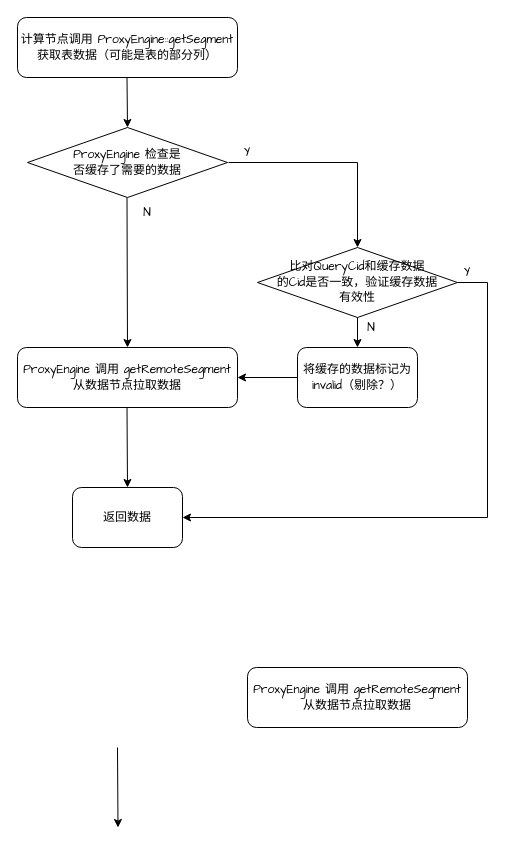
This is disaggregate.drawio from yeqiyi/drawIO, a draw.io file, before an edit. Source tidied: cells renumbered, new cells numbered last; positions are measured from the earlier drawing's top-left corner, leaving out a move shared by most shapes. Both pictures are drawn from the tidied source at 100%, with x=0, y=0 at pixel (17, 17).
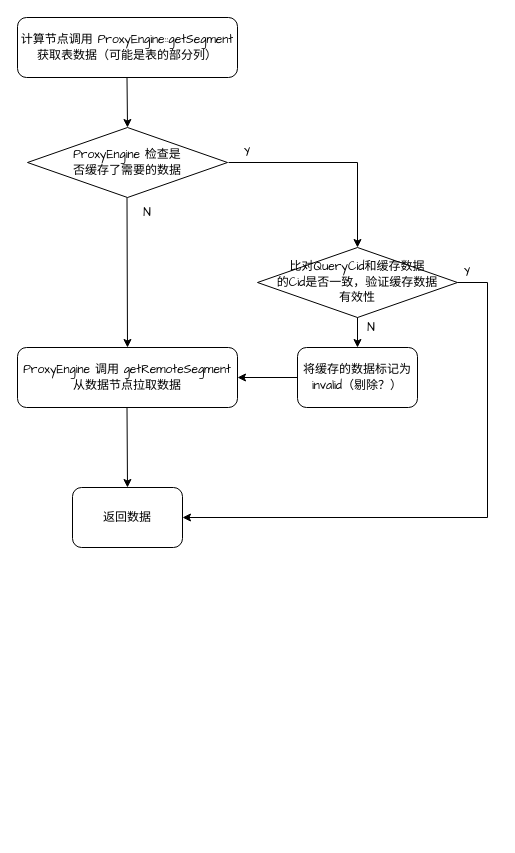
After the change.

Diff of the diagram source:
```diff
@@
-    <mxCell id="10" style="endArrow=classic;html=1;rounded=0;" parent="1" edge="1">
-      <mxGeometry relative="1" as="geometry">
-        <mxPoint x="100" y="730" as="sourcePoint" />
-        <mxPoint x="100.5" y="810" as="targetPoint" />
-      </mxGeometry>
-    </mxCell>
-    <mxCell id="11" value="&lt;font face=&quot;Comic Sans MS&quot;&gt;ProxyEngine 调用 getRemoteSegment 从数据节点拉取数据&lt;/font&gt;" style="rounded=1;whiteSpace=wrap;html=1;" parent="1" vertex="1">
-      <mxGeometry x="230" y="650" width="220" height="60" as="geometry" />
-    </mxCell>
```
